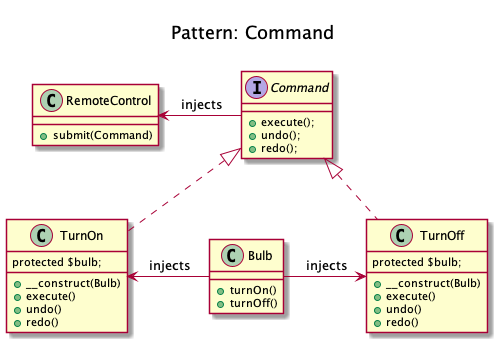
rosselli/design-patterns-implemented.concepts keeps this PlantUML diagram as patterns/behavioral/command/kamran-ahmed/diagram.png. Above is the earlier version. Source of this version:
```plantuml
@startuml
    Title <size:20>\nPattern: Command\n

    interface Command {
        + execute();
        + undo();
        + redo();
    }

    class Bulb {
        + turnOn()
        + turnOff()
    }

    class TurnOn implements Command {
        protected $bulb;
        + __construct(Bulb)
        + execute()
        + undo()
        + redo()
    }

    class TurnOff implements Command {
        protected $bulb;
        + __construct(Bulb)
        + execute()
        + undo()
        + redo()
    }

    class RemoteControl {
        + submit(Command)
    }

    Bulb -left-> TurnOn: " injects"
    Bulb -right-> TurnOff: " injects"
    Command -left-> RemoteControl: " injects"
@enduml
```
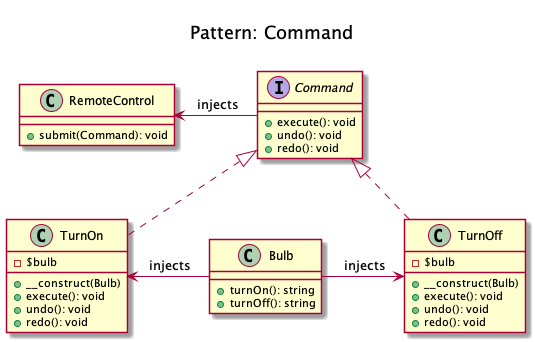
The same diagram one commit later.

Diff of the diagram source:
```diff
@@ -2,34 +2,34 @@
     Title <size:20>\nPattern: Command\n
 
     interface Command {
-        + execute();
-        + undo();
-        + redo();
+        + execute(): void
+        + undo(): void
+        + redo(): void
     }
 
     class Bulb {
-        + turnOn()
-        + turnOff()
+        + turnOn(): string
+        + turnOff(): string
     }
 
     class TurnOn implements Command {
-        protected $bulb;
+        - $bulb
         + __construct(Bulb)
-        + execute()
-        + undo()
-        + redo()
+        + execute(): void
+        + undo(): void
+        + redo(): void
     }
 
     class TurnOff implements Command {
-        protected $bulb;
+        - $bulb
         + __construct(Bulb)
-        + execute()
-        + undo()
-        + redo()
+        + execute(): void
+        + undo(): void
+        + redo(): void
     }
 
     class RemoteControl {
-        + submit(Command)
+        + submit(Command): void
     }
 
     Bulb -left-> TurnOn: " injects"
```
